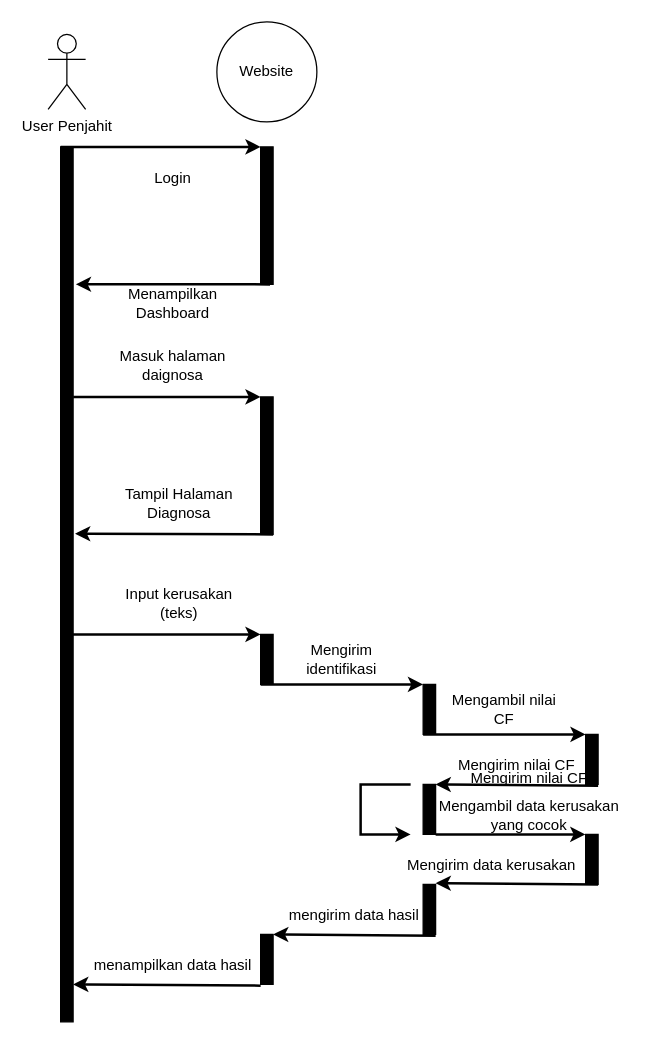
The draw.io diagram Untitled Diagram.drawio in MFaisal00359/Kamu-nanyeaa, before the edit. Source tidied: cells renumbered, new cells numbered last; positions are measured from the earlier drawing's top-left corner, leaving out a move shared by most shapes. Both pictures are drawn from the tidied source at 125%, with x=0, y=0 at pixel (48, 21).
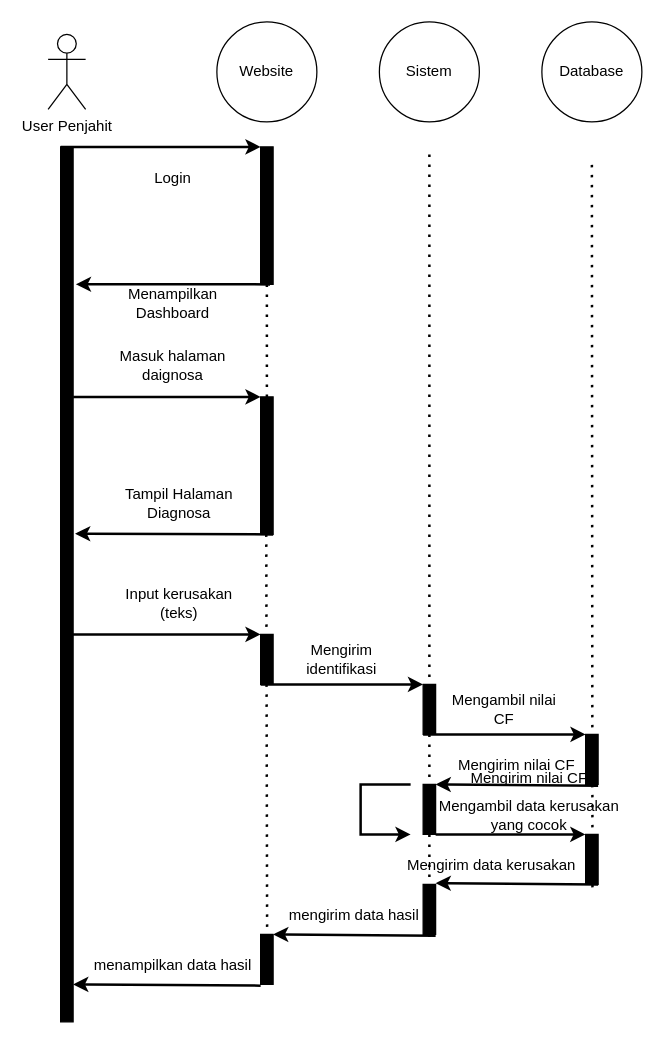
The same page after the edit.

The change refers to these unchanged cells:
```xml
<mxCell id="29" style="rounded=0;whiteSpace=wrap;html=1;fillColor=#000000;" parent="1" vertex="1">
  <mxGeometry x="430" y="650" width="10" height="40" as="geometry" />
</mxCell>
<mxCell id="38" value="menampilkan data hasil" style="text;html=1;strokeColor=none;fillColor=none;align=center;verticalAlign=middle;whiteSpace=wrap;rounded=0;" parent="1" vertex="1">
  <mxGeometry x="20" y="730" width="160" height="50" as="geometry" />
</mxCell>
```

What changed in the source:
```diff
@@
+    <mxCell id="40" value="Sistem" style="ellipse;whiteSpace=wrap;html=1;fixDash=0;" parent="1" vertex="1">
+      <mxGeometry x="265" width="80" height="80" as="geometry" />
+    </mxCell>
+    <mxCell id="41" style="endArrow=none;dashed=1;html=1;dashPattern=1 3;strokeWidth=2;rounded=0;" parent="1" edge="1">
+      <mxGeometry relative="1" as="geometry">
+        <mxPoint x="175" y="300" as="sourcePoint" />
+        <mxPoint x="175" y="210" as="targetPoint" />
+      </mxGeometry>
+    </mxCell>
+    <mxCell id="42" style="endArrow=none;dashed=1;html=1;dashPattern=1 3;strokeWidth=2;rounded=0;exitX=0.97;exitY=0.04;exitDx=0;exitDy=0;exitPerimeter=0;" parent="1" edge="1" source="38">
+      <mxGeometry relative="1" as="geometry">
+        <mxPoint x="174.5" y="400" as="targetPoint" />
+      </mxGeometry>
+    </mxCell>
+    <mxCell id="43" value="Database" style="ellipse;whiteSpace=wrap;html=1;fixDash=0;" parent="1" vertex="1">
+      <mxGeometry x="395" width="80" height="80" as="geometry" />
+    </mxCell>
+    <mxCell id="44" style="endArrow=none;dashed=1;html=1;dashPattern=1 3;strokeWidth=2;rounded=0;exitX=0.97;exitY=0.04;exitDx=0;exitDy=0;exitPerimeter=0;" parent="1" edge="1">
+      <mxGeometry relative="1" as="geometry">
+        <mxPoint x="305" y="732" as="sourcePoint" />
+        <mxPoint x="305" y="100" as="targetPoint" />
+      </mxGeometry>
+    </mxCell>
+    <mxCell id="45" style="endArrow=none;dashed=1;html=1;dashPattern=1 3;strokeWidth=2;rounded=0;exitX=0.547;exitY=1.06;exitDx=0;exitDy=0;exitPerimeter=0;" parent="1" edge="1" source="29">
+      <mxGeometry relative="1" as="geometry">
+        <mxPoint x="435" y="110" as="targetPoint" />
+      </mxGeometry>
+    </mxCell>
```
